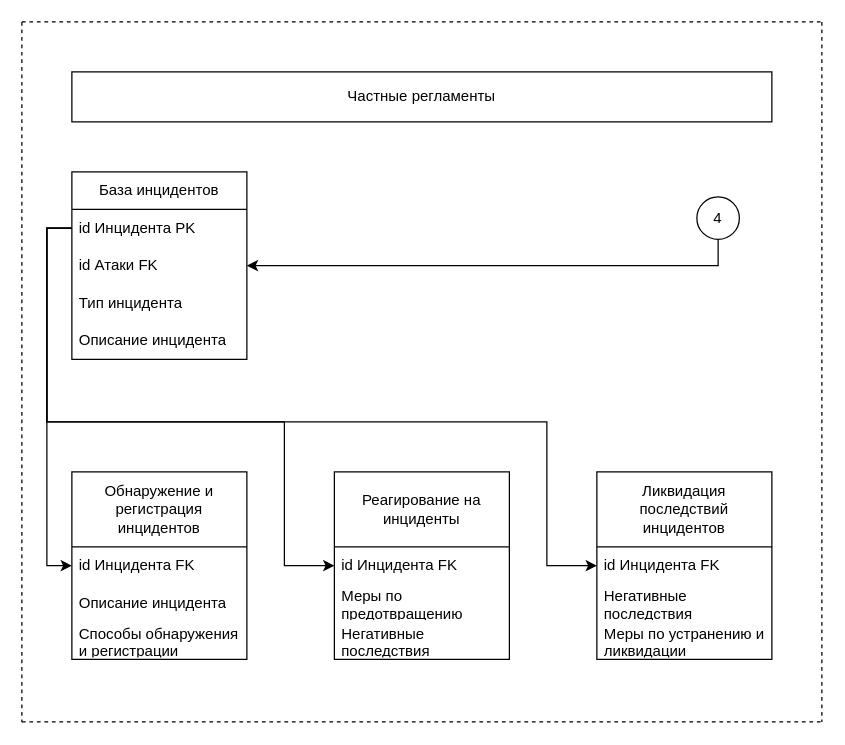
Above: Частные регламенты.drawio in SmirnovBogdan8/Diplom (draw.io), before the change. Source tidied: cells renumbered, new cells numbered last; positions are measured from the earlier drawing's top-left corner, leaving out a move shared by most shapes. Both pictures are drawn from the tidied source at 125%, with x=0, y=0 at pixel (21, 21).
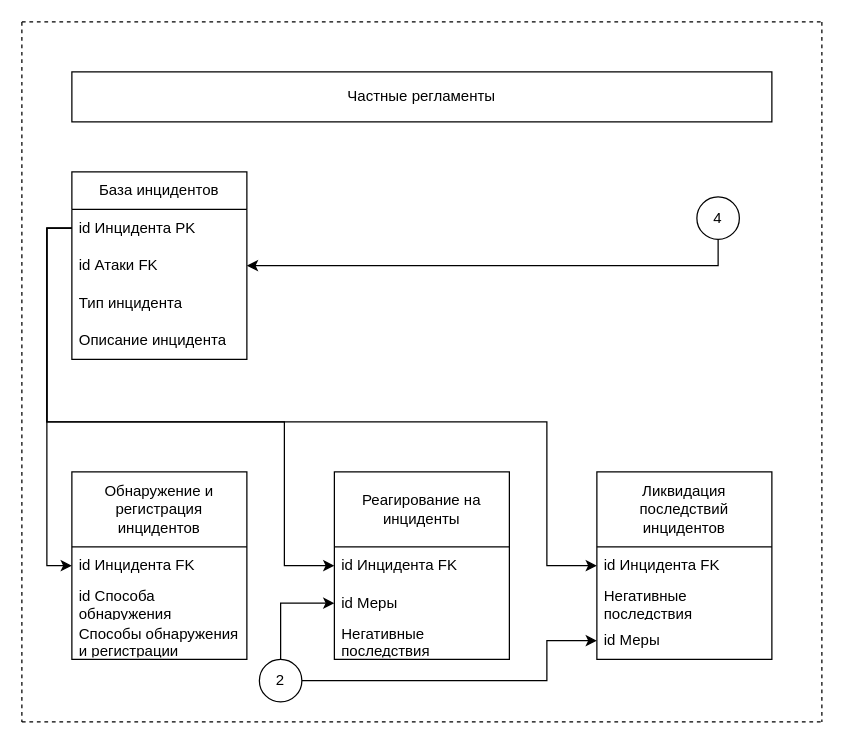
Above is the later version.

Unchanged cells that the change refers to:
```xml
<mxCell id="7" value="Обнаружение и регистрация инцидентов" style="swimlane;fontStyle=0;horizontal=1;startSize=60;whiteSpace=wrap;html=1;" parent="1" vertex="1">
  <mxGeometry x="40" y="360" width="140" height="150" as="geometry" />
</mxCell>
<mxCell id="16" value="Реагирование на инциденты" style="swimlane;fontStyle=0;horizontal=1;startSize=60;whiteSpace=wrap;html=1;" parent="1" vertex="1">
  <mxGeometry x="250" y="360" width="140" height="150" as="geometry" />
</mxCell>
<mxCell id="20" value="Ликвидация последствий инцидентов" style="swimlane;fontStyle=0;horizontal=1;startSize=60;whiteSpace=wrap;html=1;" parent="1" vertex="1">
  <mxGeometry x="460" y="360" width="140" height="150" as="geometry" />
</mxCell>
```

Change to the diagram source:
```diff
@@
-    <mxCell id="9" value="Описание инцидента" style="text;strokeColor=none;fillColor=none;align=left;verticalAlign=middle;spacingLeft=4;spacingRight=4;overflow=hidden;whiteSpace=wrap;html=1;" parent="7" vertex="1">
+    <mxCell id="9" value="id Способа обнаружения" style="text;strokeColor=none;fillColor=none;align=left;verticalAlign=middle;spacingLeft=4;spacingRight=4;overflow=hidden;whiteSpace=wrap;html=1;" parent="7" vertex="1">
       <mxGeometry y="90" width="140" height="30" as="geometry" />
     </mxCell>
@@
-    <mxCell id="18" value="Меры по предотвращению" style="text;strokeColor=none;fillColor=none;align=left;verticalAlign=middle;spacingLeft=4;spacingRight=4;overflow=hidden;points=[[0,0.5],[1,0.5]];portConstraint=eastwest;whiteSpace=wrap;html=1;" parent="16" vertex="1">
+    <mxCell id="18" value="id Меры" style="text;strokeColor=none;fillColor=none;align=left;verticalAlign=middle;spacingLeft=4;spacingRight=4;overflow=hidden;points=[[0,0.5],[1,0.5]];portConstraint=eastwest;whiteSpace=wrap;html=1;" parent="16" vertex="1">
       <mxGeometry y="90" width="140" height="30" as="geometry" />
     </mxCell>
@@
-    <mxCell id="23" value="Меры по устранению и ликвидации" style="text;strokeColor=none;fillColor=none;align=left;verticalAlign=middle;spacingLeft=4;spacingRight=4;overflow=hidden;whiteSpace=wrap;html=1;" parent="20" vertex="1">
-      <mxGeometry y="120" width="140" height="30" as="geometry" />
-    </mxCell>
+    <mxCell id="29" value="id Меры" style="text;strokeColor=none;fillColor=none;align=left;verticalAlign=middle;spacingLeft=4;spacingRight=4;overflow=hidden;points=[[0,0.5],[1,0.5]];portConstraint=eastwest;whiteSpace=wrap;html=1;" parent="20" vertex="1">
+      <mxGeometry y="120" width="140" height="30" as="geometry" />
+    </mxCell>
@@
+    <mxCell id="30" style="edgeStyle=orthogonalEdgeStyle;rounded=0;jettySize=auto;html=1;entryX=0;entryY=0.5;entryDx=0;entryDy=0;" parent="1" edge="1" source="32" target="18">
+      <mxGeometry relative="1" as="geometry" />
+    </mxCell>
+    <mxCell id="31" style="edgeStyle=orthogonalEdgeStyle;rounded=0;jettySize=auto;html=1;entryX=0;entryY=0.5;entryDx=0;entryDy=0;" parent="1" edge="1" source="32" target="29">
+      <mxGeometry relative="1" as="geometry">
+        <Array as="points">
+          <mxPoint x="420" y="527" />
+          <mxPoint x="420" y="495" />
+        </Array>
+      </mxGeometry>
+    </mxCell>
+    <mxCell id="32" value="2" style="ellipse;whiteSpace=wrap;html=1;" parent="1" vertex="1">
+      <mxGeometry x="190" y="510" width="34" height="34" as="geometry" />
+    </mxCell>
```
